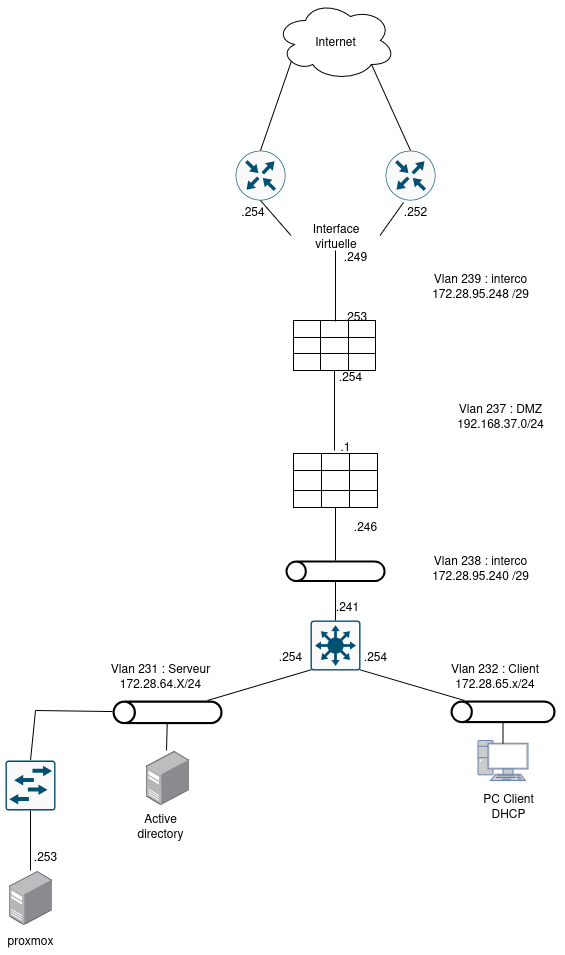
Earlier version of the draw.io export docs/image/réseaux_avec_2_pare-feu.drawio.png (Julesgris/Anne-2025-2026). Source tidied: cells renumbered, new cells last; positions are measured from the earlier drawing's top-left corner, leaving out a move shared by most shapes.
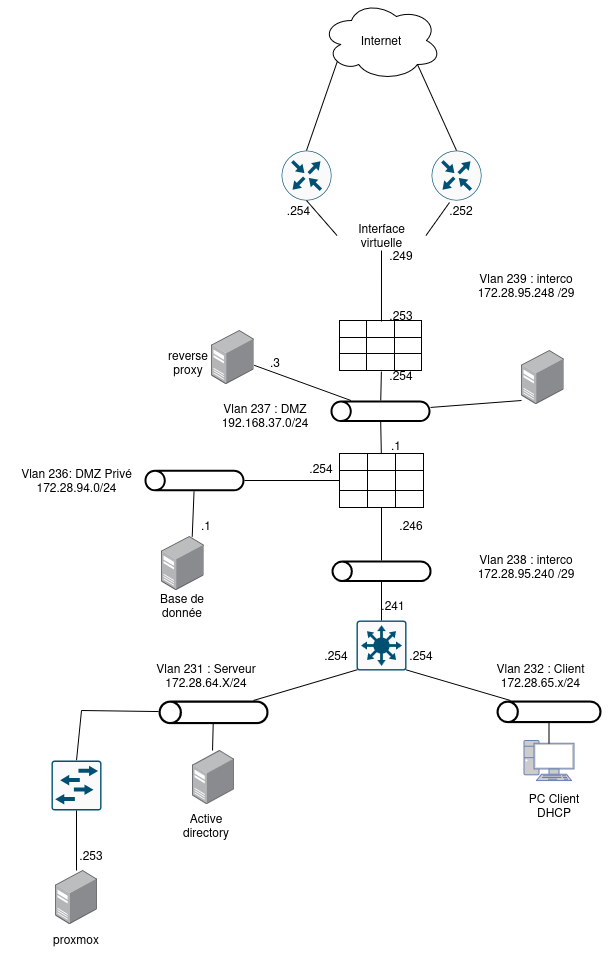
The same file after the commit.

Commit message:
pare-feu

Diff of the diagram source:
```diff
@@ -182,20 +182,17 @@
     <mxCell id="61" style="shape=partialRectangle;html=1;whiteSpace=wrap;strokeColor=inherit;overflow=hidden;fillColor=none;top=0;left=0;bottom=0;right=0;fontSize=16;" parent="58" vertex="1">
       <mxGeometry x="55" width="27" height="17" as="geometry" />
     </mxCell>
-    <mxCell id="62" style="endArrow=none;html=1;rounded=0;entryX=0.5;entryY=1;entryDx=0;entryDy=0;exitX=0.488;exitY=-0.176;exitDx=0;exitDy=0;exitPerimeter=0;" parent="1" edge="1" source="31" target="49">
-      <mxGeometry relative="1" as="geometry" />
-    </mxCell>
     <mxCell id="63" style="endArrow=none;html=1;rounded=0;entryX=0.5;entryY=1;entryDx=0;entryDy=0;exitX=0.512;exitY=0.059;exitDx=0;exitDy=0;exitPerimeter=0;" parent="1" edge="1" source="50" target="19">
       <mxGeometry relative="1" as="geometry" />
     </mxCell>
     <mxCell id="64" value="&lt;div&gt;Vlan 237 : DMZ&lt;/div&gt;&lt;div&gt;192.168.37.0/24&lt;/div&gt;" style="text;html=1;align=center;verticalAlign=middle;whiteSpace=wrap;rounded=0;" parent="1" vertex="1">
-      <mxGeometry x="435" y="400" width="130" height="30" as="geometry" />
+      <mxGeometry x="154" y="400" width="130" height="30" as="geometry" />
     </mxCell>
     <mxCell id="65" value=".254" style="text;html=1;align=center;verticalAlign=middle;whiteSpace=wrap;rounded=0;" parent="1" vertex="1">
-      <mxGeometry x="319.5" y="360" width="60" height="30" as="geometry" />
+      <mxGeometry x="325" y="360" width="60" height="30" as="geometry" />
     </mxCell>
     <mxCell id="66" value=".1" style="text;html=1;align=center;verticalAlign=middle;whiteSpace=wrap;rounded=0;" parent="1" vertex="1">
-      <mxGeometry x="315" y="430" width="60" height="30" as="geometry" />
+      <mxGeometry x="319.5" y="430" width="60" height="30" as="geometry" />
     </mxCell>
     <mxCell id="67" style="endArrow=none;html=1;rounded=0;" parent="1" edge="1" target="8">
       <mxGeometry relative="1" as="geometry">
@@ -222,5 +219,56 @@
     <mxCell id="73" value=".253" style="text;html=1;align=center;verticalAlign=middle;whiteSpace=wrap;rounded=0;" parent="1" vertex="1">
       <mxGeometry x="15" y="840" width="60" height="30" as="geometry" />
     </mxCell>
+    <mxCell id="74" style="sketch=0;verticalLabelPosition=bottom;sketch=0;html=1;verticalAlign=top;strokeColor=none;fillColor=#000000;align=center;outlineConnect=0;shape=mxgraph.citrix2.tunnel;" parent="1" vertex="1">
+      <mxGeometry x="284" y="400" width="100" height="21.5" as="geometry" />
+    </mxCell>
+    <mxCell id="75" style="endArrow=none;html=1;rounded=0;" parent="1" edge="1" source="31" target="74">
+      <mxGeometry relative="1" as="geometry" />
+    </mxCell>
+    <mxCell id="76" style="endArrow=none;html=1;rounded=0;entryX=0.511;entryY=1.064;entryDx=0;entryDy=0;entryPerimeter=0;" parent="1" edge="1" source="74" target="58">
+      <mxGeometry relative="1" as="geometry" />
+    </mxCell>
+    <mxCell id="77" style="sketch=0;verticalLabelPosition=bottom;sketch=0;html=1;verticalAlign=top;strokeColor=none;fillColor=#000000;align=center;outlineConnect=0;shape=mxgraph.citrix2.tunnel;" parent="1" vertex="1">
+      <mxGeometry x="98" y="469.2" width="100" height="21.5" as="geometry" />
+    </mxCell>
+    <mxCell id="78" style="endArrow=none;html=1;rounded=0;entryX=0;entryY=0.5;entryDx=0;entryDy=0;" parent="1" edge="1" source="77" target="35">
+      <mxGeometry relative="1" as="geometry" />
+    </mxCell>
+    <mxCell id="79" style="image;points=[];html=1;align=center;shadow=0;dashed=0;image=img/lib/allied_telesis/computer_and_terminals/Server_Desktop.svg;" parent="1" vertex="1">
+      <mxGeometry x="115" y="536" width="42.6" height="54" as="geometry" />
+    </mxCell>
+    <mxCell id="80" style="endArrow=none;html=1;rounded=0;entryX=0.721;entryY=0.007;entryDx=0;entryDy=0;entryPerimeter=0;" parent="1" edge="1" source="77" target="79">
+      <mxGeometry relative="1" as="geometry" />
+    </mxCell>
+    <mxCell id="81" value="&lt;div&gt;Vlan 236: DMZ Privé&lt;/div&gt;&lt;div&gt;172.28.94.0/24&lt;/div&gt;" style="text;html=1;whiteSpace=wrap;strokeColor=none;fillColor=none;align=center;verticalAlign=middle;rounded=0;" parent="1" vertex="1">
+      <mxGeometry x="-46.5" y="460" width="153" height="40" as="geometry" />
+    </mxCell>
+    <mxCell id="82" value=".1" style="text;html=1;whiteSpace=wrap;strokeColor=none;fillColor=none;align=center;verticalAlign=middle;rounded=0;" parent="1" vertex="1">
+      <mxGeometry x="130" y="510" width="60" height="30" as="geometry" />
+    </mxCell>
+    <mxCell id="83" value=".254" style="text;html=1;whiteSpace=wrap;strokeColor=none;fillColor=none;align=center;verticalAlign=middle;rounded=0;" parent="1" vertex="1">
+      <mxGeometry x="245" y="453" width="60" height="30" as="geometry" />
+    </mxCell>
+    <mxCell id="84" value="Base de donnée" style="text;html=1;whiteSpace=wrap;strokeColor=none;fillColor=none;align=center;verticalAlign=middle;rounded=0;" parent="1" vertex="1">
+      <mxGeometry x="106" y="590" width="60" height="30" as="geometry" />
+    </mxCell>
+    <mxCell id="85" style="image;points=[];html=1;align=center;shadow=0;dashed=0;image=img/lib/allied_telesis/computer_and_terminals/Server_Desktop.svg;" parent="1" vertex="1">
+      <mxGeometry x="165" y="330" width="42.6" height="54" as="geometry" />
+    </mxCell>
+    <mxCell id="86" style="image;points=[];html=1;align=center;shadow=0;dashed=0;image=img/lib/allied_telesis/computer_and_terminals/Server_Desktop.svg;" parent="1" vertex="1">
+      <mxGeometry x="475" y="350" width="42.6" height="54" as="geometry" />
+    </mxCell>
+    <mxCell id="87" style="endArrow=none;html=1;rounded=0;entryX=0;entryY=0.926;entryDx=0;entryDy=0;entryPerimeter=0;" parent="1" edge="1" source="74" target="86">
+      <mxGeometry relative="1" as="geometry" />
+    </mxCell>
+    <mxCell id="88" style="endArrow=none;html=1;rounded=0;" parent="1" edge="1" source="85" target="74">
+      <mxGeometry relative="1" as="geometry" />
+    </mxCell>
+    <mxCell id="89" value="reverse proxy" style="text;html=1;whiteSpace=wrap;strokeColor=none;fillColor=none;align=center;verticalAlign=middle;rounded=0;" parent="1" vertex="1">
+      <mxGeometry x="112" y="347" width="60" height="30" as="geometry" />
+    </mxCell>
+    <mxCell id="90" value=".3" style="text;html=1;whiteSpace=wrap;strokeColor=none;fillColor=none;align=center;verticalAlign=middle;rounded=0;" parent="1" vertex="1">
+      <mxGeometry x="199" y="347" width="60" height="30" as="geometry" />
+    </mxCell>
   </root>
 </mxGraphModel>
```
